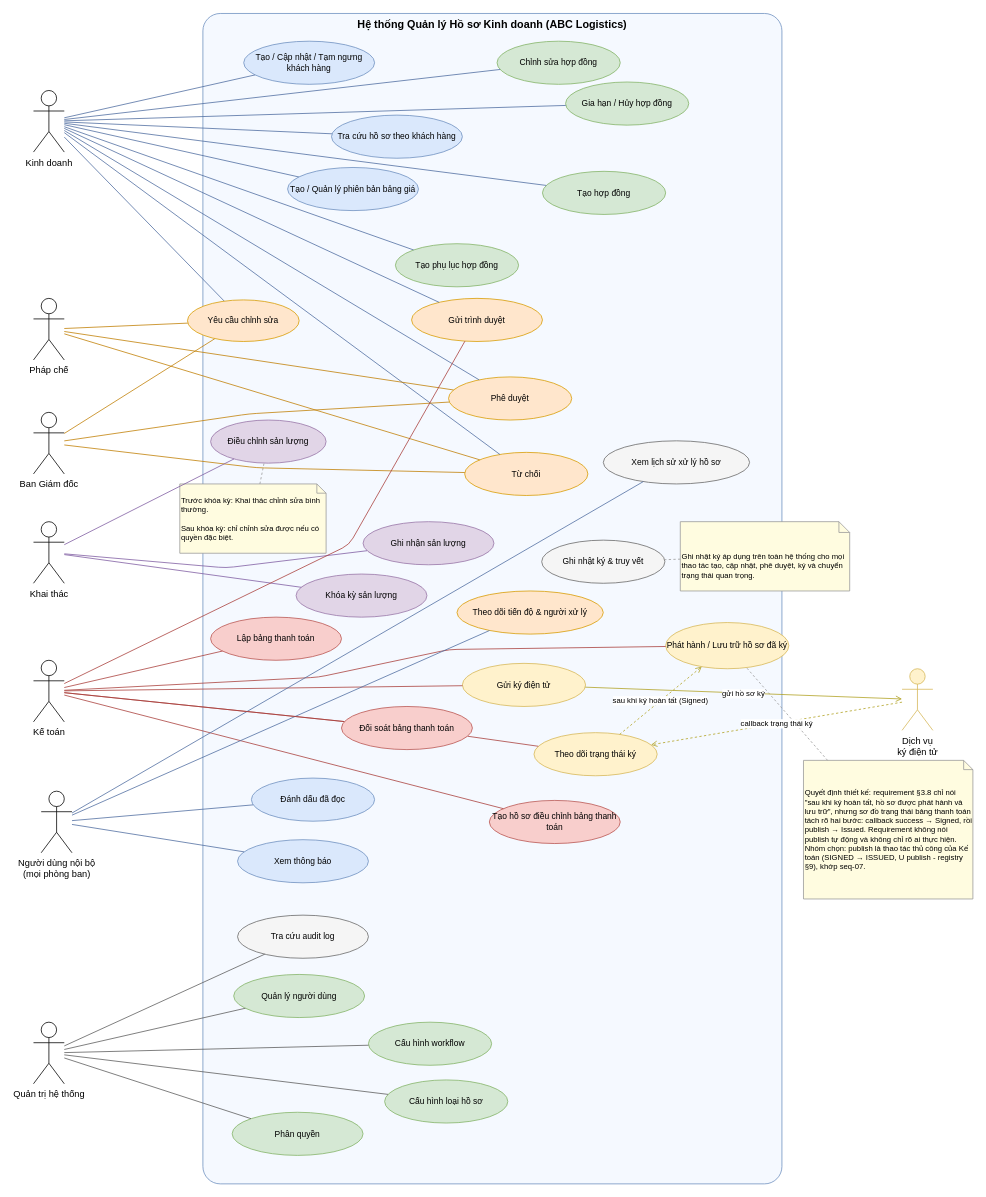
This is page "ver2" (1 of 2) of docs/diagrams/usecase.drawio from luinor223/pas, a draw.io file, before an edit. Source tidied: cells renumbered, new cells numbered last; positions are measured from the earlier drawing's top-left corner, leaving out a move shared by most shapes. Both pictures are drawn from the tidied source at 77%, with x=0, y=0 at pixel (33, 13).
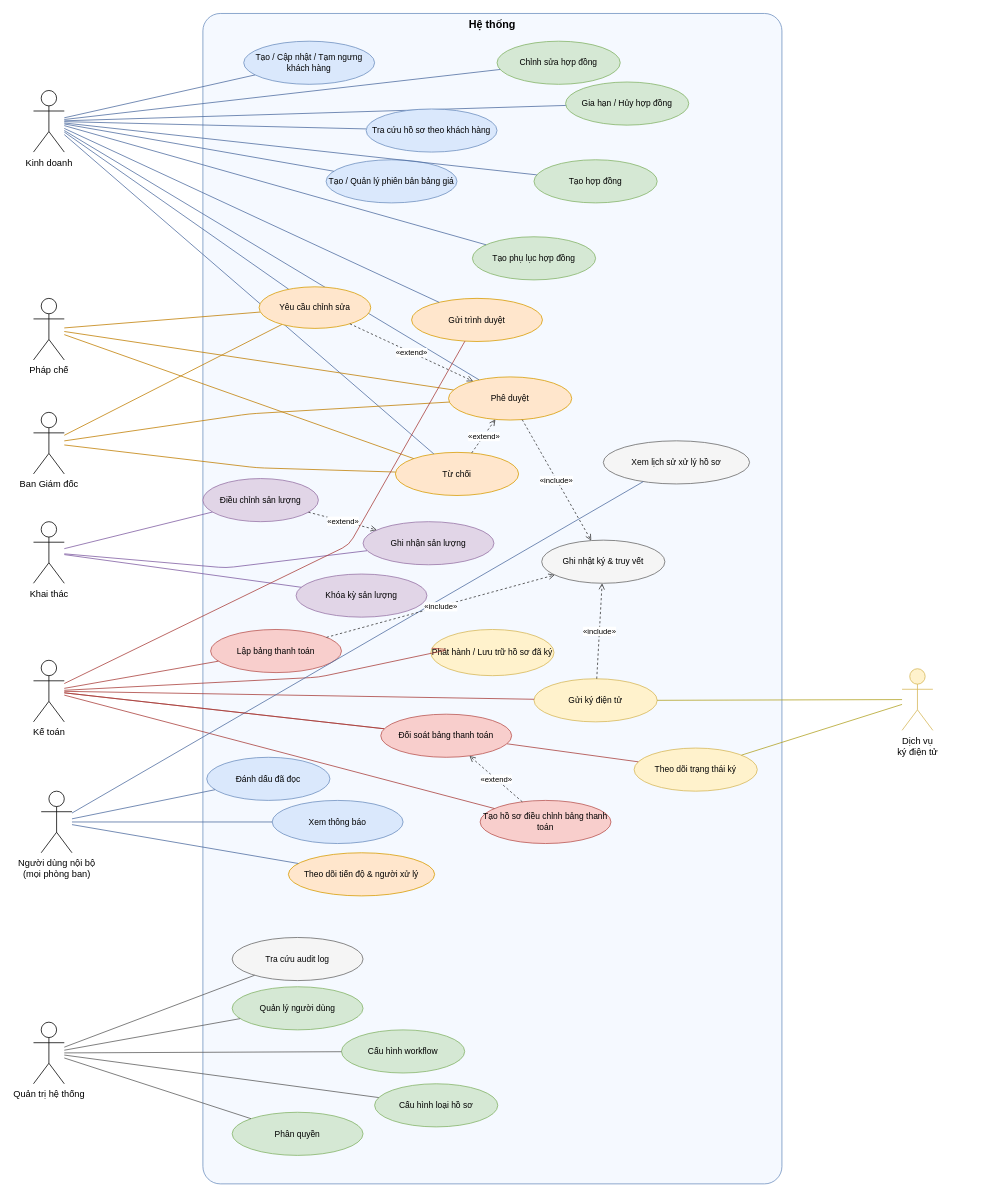
After the change.

The change refers to these unchanged cells:
```xml
<mxCell id="10" value="Dịch vụ&#10;ký điện tử" style="shape=umlActor;verticalLabelPosition=bottom;verticalAlign=top;html=1;outlineConnect=0;fontSize=12;fillColor=#fff2cc;strokeColor=#d6b656;" parent="1" vertex="1">
  <mxGeometry x="1128" y="851" width="40" height="80" as="geometry" />
</mxCell>
<mxCell id="18" value="Phê duyệt" style="ellipse;whiteSpace=wrap;html=1;fillColor=#ffe6cc;strokeColor=#d79b00;fontSize=11;" parent="1" vertex="1">
  <mxGeometry x="539" y="472" width="160" height="56" as="geometry" />
</mxCell>
<mxCell id="20" value="Ghi nhận sản lượng" style="ellipse;whiteSpace=wrap;html=1;fillColor=#e1d5e7;strokeColor=#9673a6;fontSize=11;" parent="1" vertex="1">
  <mxGeometry x="428" y="660" width="170" height="56" as="geometry" />
</mxCell>
<mxCell id="28" value="Ghi nhật ký &amp; truy vết" style="ellipse;whiteSpace=wrap;html=1;fillColor=#f5f5f5;strokeColor=#666666;fontSize=11;" parent="1" vertex="1">
  <mxGeometry x="660" y="684" width="160" height="56" as="geometry" />
</mxCell>
```

Diff of the diagram source:
```diff
@@
-    <mxCell id="2" value="Hệ thống Quản lý Hồ sơ Kinh doanh (ABC Logistics)" style="rounded=1;whiteSpace=wrap;html=1;verticalAlign=top;fontStyle=1;fontSize=14;arcSize=3;strokeColor=#6c8ebf;fillColor=#f5f9ff;" parent="1" vertex="1">
+    <mxCell id="2" value="Hệ thống" style="rounded=1;whiteSpace=wrap;html=1;verticalAlign=top;fontStyle=1;fontSize=14;arcSize=3;strokeColor=#6c8ebf;fillColor=#f5f9ff;" parent="1" vertex="1">
       <mxGeometry x="220" width="752" height="1520" as="geometry" />
     </mxCell>
@@
     <mxCell id="12" value="Tạo / Quản lý phiên bản bảng giá" style="ellipse;whiteSpace=wrap;html=1;fillColor=#dae8fc;strokeColor=#6c8ebf;fontSize=11;" parent="1" vertex="1">
-      <mxGeometry x="330" y="200" width="170" height="56" as="geometry" />
+      <mxGeometry x="380" y="190" width="170" height="56" as="geometry" />
     </mxCell>
     <mxCell id="13" value="Tạo hợp đồng" style="ellipse;whiteSpace=wrap;html=1;fillColor=#d5e8d4;strokeColor=#82b366;fontSize=11;" parent="1" vertex="1">
-      <mxGeometry x="661" y="205" width="160" height="56" as="geometry" />
+      <mxGeometry x="650" y="190" width="160" height="56" as="geometry" />
     </mxCell>
@@
     <mxCell id="16" value="Tạo phụ lục hợp đồng" style="ellipse;whiteSpace=wrap;html=1;fillColor=#d5e8d4;strokeColor=#82b366;fontSize=11;" parent="1" vertex="1">
-      <mxGeometry x="470" y="299" width="160" height="56" as="geometry" />
+      <mxGeometry x="570" y="290" width="160" height="56" as="geometry" />
     </mxCell>
@@
     <mxCell id="19" value="Từ chối" style="ellipse;whiteSpace=wrap;html=1;fillColor=#ffe6cc;strokeColor=#d79b00;fontSize=11;" parent="1" vertex="1">
-      <mxGeometry x="560" y="570" width="160" height="56" as="geometry" />
+      <mxGeometry x="470" y="570" width="160" height="56" as="geometry" />
     </mxCell>
@@
     <mxCell id="22" value="Lập bảng thanh toán" style="ellipse;whiteSpace=wrap;html=1;fillColor=#f8cecc;strokeColor=#b85450;fontSize=11;" parent="1" vertex="1">
-      <mxGeometry x="230" y="784" width="170" height="56" as="geometry" />
+      <mxGeometry x="230" y="800" width="170" height="56" as="geometry" />
     </mxCell>
     <mxCell id="23" value="Gửi ký điện tử" style="ellipse;whiteSpace=wrap;html=1;fillColor=#fff2cc;strokeColor=#d6b656;fontSize=11;" parent="1" vertex="1">
-      <mxGeometry x="557" y="844" width="160" height="56" as="geometry" />
+      <mxGeometry x="650" y="864" width="160" height="56" as="geometry" />
     </mxCell>
     <mxCell id="24" value="Theo dõi trạng thái ký" style="ellipse;whiteSpace=wrap;html=1;fillColor=#fff2cc;strokeColor=#d6b656;fontSize=11;" parent="1" vertex="1">
-      <mxGeometry x="650" y="934" width="160" height="56" as="geometry" />
+      <mxGeometry x="780" y="954" width="160" height="56" as="geometry" />
     </mxCell>
     <mxCell id="25" value="Xem thông báo" style="ellipse;whiteSpace=wrap;html=1;fillColor=#dae8fc;strokeColor=#6c8ebf;fontSize=11;" parent="1" vertex="1">
-      <mxGeometry x="265" y="1073" width="170" height="56" as="geometry" />
+      <mxGeometry x="310" y="1022" width="170" height="56" as="geometry" />
     </mxCell>
     <mxCell id="26" value="Đánh dấu đã đọc" style="ellipse;whiteSpace=wrap;html=1;fillColor=#dae8fc;strokeColor=#6c8ebf;fontSize=11;" parent="1" vertex="1">
-      <mxGeometry x="283" y="993" width="160" height="56" as="geometry" />
+      <mxGeometry x="225" y="966" width="160" height="56" as="geometry" />
     </mxCell>
     <mxCell id="27" value="Tra cứu audit log" style="ellipse;whiteSpace=wrap;html=1;fillColor=#f5f5f5;strokeColor=#666666;fontSize=11;" parent="1" vertex="1">
-      <mxGeometry x="265" y="1171" width="170" height="56" as="geometry" />
+      <mxGeometry x="258" y="1200" width="170" height="56" as="geometry" />
     </mxCell>
@@
     <mxCell id="29" value="Quản lý người dùng" style="ellipse;whiteSpace=wrap;html=1;fillColor=#d5e8d4;strokeColor=#82b366;fontSize=11;" parent="1" vertex="1">
-      <mxGeometry x="260" y="1248" width="170" height="56" as="geometry" />
+      <mxGeometry x="258" y="1264" width="170" height="56" as="geometry" />
     </mxCell>
@@
     <mxCell id="31" value="Cấu hình workflow" style="ellipse;whiteSpace=wrap;html=1;fillColor=#d5e8d4;strokeColor=#82b366;fontSize=11;" parent="1" vertex="1">
-      <mxGeometry x="435" y="1310" width="160" height="56" as="geometry" />
+      <mxGeometry x="400" y="1320" width="160" height="56" as="geometry" />
     </mxCell>
     <mxCell id="32" value="Cấu hình loại hồ sơ" style="ellipse;whiteSpace=wrap;html=1;fillColor=#d5e8d4;strokeColor=#82b366;fontSize=11;" parent="1" vertex="1">
-      <mxGeometry x="456" y="1385" width="160" height="56" as="geometry" />
+      <mxGeometry x="443" y="1390" width="160" height="56" as="geometry" />
     </mxCell>
     <mxCell id="33" value="Điều chỉnh sản lượng" style="ellipse;whiteSpace=wrap;html=1;fillColor=#e1d5e7;strokeColor=#9673a6;fontSize=11;" parent="1" vertex="1">
-      <mxGeometry x="230" y="528" width="150" height="56" as="geometry" />
+      <mxGeometry x="220" y="604" width="150" height="56" as="geometry" />
     </mxCell>
-    <mxCell id="34" value="Trước khóa kỳ: Khai thác chỉnh sửa bình thường.&#10;&#10;Sau khóa kỳ: chỉ chỉnh sửa được nếu có quyền đặc biệt." style="shape=note;whiteSpace=wrap;html=1;size=12;fontSize=10;align=left;verticalAlign=middle;fillColor=#fffce0;strokeColor=#999999;" parent="1" vertex="1">
-      <mxGeometry x="190" y="611" width="190" height="90" as="geometry" />
-    </mxCell>
-    <mxCell id="35" style="endArrow=none;html=1;dashed=1;strokeColor=#999999;" parent="1" edge="1" source="34" target="33">
-      <mxGeometry relative="1" as="geometry" />
-    </mxCell>
     <mxCell id="36" value="Theo dõi tiến độ &amp; người xử lý" style="ellipse;whiteSpace=wrap;html=1;fillColor=#ffe6cc;strokeColor=#d79b00;fontSize=11;" parent="1" vertex="1">
-      <mxGeometry x="550" y="750" width="190" height="56" as="geometry" />
+      <mxGeometry x="331" y="1090" width="190" height="56" as="geometry" />
     </mxCell>
@@
     <mxCell id="38" value="Phát hành / Lưu trữ hồ sơ đã ký" style="ellipse;whiteSpace=wrap;html=1;fillColor=#fff2cc;strokeColor=#d6b656;fontSize=11;" parent="1" vertex="1">
-      <mxGeometry x="821" y="791" width="160" height="60" as="geometry" />
+      <mxGeometry x="516" y="800" width="160" height="60" as="geometry" />
     </mxCell>
     <mxCell id="39" value="Tạo hồ sơ điều chỉnh bảng thanh toán" style="ellipse;whiteSpace=wrap;html=1;fillColor=#f8cecc;strokeColor=#b85450;fontSize=11;" parent="1" vertex="1">
-      <mxGeometry x="592" y="1022" width="170" height="56" as="geometry" />
+      <mxGeometry x="580" y="1022" width="170" height="56" as="geometry" />
     </mxCell>
@@
-    <mxCell id="66" value="sau khi ký hoàn tất (Signed)" style="endArrow=open;html=1;dashed=1;strokeColor=#b0a020;fontSize=10;" parent="1" edge="1" source="24" target="38">
-      <mxGeometry relative="1" as="geometry" />
-    </mxCell>
@@
-    <mxCell id="68" value="Quyết định thiết kế: requirement §3.8 chỉ nói &quot;sau khi ký hoàn tất, hồ sơ được phát hành và lưu trữ&quot;, nhưng sơ đồ trạng thái bảng thanh toán tách rõ hai bước: callback success → Signed, rồi publish → Issued. Requirement không nói publish tự động và không chỉ rõ ai thực hiện. Nhóm chọn: publish là thao tác thủ công của Kế toán (SIGNED → ISSUED, U publish - registry §9), khớp seq-07." style="shape=note;whiteSpace=wrap;html=1;size=12;fontSize=10;align=left;verticalAlign=middle;fillColor=#fffce0;strokeColor=#999999;" parent="1" vertex="1">
-      <mxGeometry x="1000" y="970" width="220" height="180" as="geometry" />
-    </mxCell>
-    <mxCell id="69" style="endArrow=none;html=1;dashed=1;strokeColor=#999999;" parent="1" edge="1" source="68" target="38">
-      <mxGeometry relative="1" as="geometry" />
-    </mxCell>
@@
-    <mxCell id="79" value="gửi hồ sơ ký" style="endArrow=open;html=1;strokeColor=#b0a020;fontSize=10;" parent="1" edge="1" source="23" target="10">
+    <mxCell id="79" style="endArrow=none;html=1;strokeColor=#b0a020;" parent="1" edge="1" source="23" target="10">
       <mxGeometry relative="1" as="geometry" />
     </mxCell>
-    <mxCell id="80" value="callback trạng thái ký" style="endArrow=open;html=1;strokeColor=#b0a020;fontSize=10;dashed=1;" parent="1" edge="1" source="10" target="24">
+    <mxCell id="80" style="endArrow=none;html=1;strokeColor=#b0a020;" parent="1" edge="1" source="10" target="24">
       <mxGeometry relative="1" as="geometry" />
     </mxCell>
-    <mxCell id="81" value="&lt;br&gt;&lt;br&gt;Ghi nhật ký áp dụng trên toàn hệ thống cho mọi thao tác tạo, cập nhật, phê duyệt, ký và chuyển trạng thái quan trọng." style="shape=note;whiteSpace=wrap;html=1;size=14;fontSize=10;align=left;verticalAlign=middle;fillColor=#fffce0;strokeColor=#999999;" parent="1" vertex="1">
-      <mxGeometry x="840" y="660" width="220" height="90" as="geometry" />
-    </mxCell>
-    <mxCell id="82" style="endArrow=none;html=1;dashed=1;strokeColor=#999999;" parent="1" edge="1" source="81" target="28">
-      <mxGeometry relative="1" as="geometry" />
-    </mxCell>
     <mxCell id="83" value="Tra cứu hồ sơ theo khách hàng" style="ellipse;whiteSpace=wrap;html=1;fillColor=#dae8fc;strokeColor=#6c8ebf;fontSize=11;" parent="1" vertex="1">
-      <mxGeometry x="387" y="132" width="170" height="56" as="geometry" />
+      <mxGeometry x="432" y="124" width="170" height="56" as="geometry" />
     </mxCell>
     <mxCell id="84" value="Yêu cầu chỉnh sửa" style="ellipse;whiteSpace=wrap;html=1;fillColor=#ffe6cc;strokeColor=#d79b00;fontSize=11;" parent="1" vertex="1">
-      <mxGeometry x="200" y="372" width="145" height="54" as="geometry" />
+      <mxGeometry x="293" y="355" width="145" height="54" as="geometry" />
     </mxCell>
@@
     <mxCell id="86" value="Đối soát bảng thanh toán" style="ellipse;whiteSpace=wrap;html=1;fillColor=#f8cecc;strokeColor=#b85450;fontSize=11;" parent="1" vertex="1">
-      <mxGeometry x="400" y="900" width="170" height="56" as="geometry" />
+      <mxGeometry x="451" y="910" width="170" height="56" as="geometry" />
     </mxCell>
+    <mxCell id="87" value="«extend»" style="endArrow=open;html=1;dashed=1;strokeColor=#333333;fontSize=10;" parent="1" edge="1" source="19" target="18">
+      <mxGeometry relative="1" as="geometry" />
+    </mxCell>
+    <mxCell id="88" value="«extend»" style="endArrow=open;html=1;dashed=1;strokeColor=#333333;fontSize=10;" parent="1" edge="1" source="84" target="18">
+      <mxGeometry relative="1" as="geometry" />
+    </mxCell>
+    <mxCell id="89" value="«extend»" style="endArrow=open;html=1;dashed=1;strokeColor=#333333;fontSize=10;" parent="1" edge="1" source="33" target="20">
+      <mxGeometry relative="1" as="geometry" />
+    </mxCell>
+    <mxCell id="90" value="«extend»" style="endArrow=open;html=1;dashed=1;strokeColor=#333333;fontSize=10;" parent="1" edge="1" source="39" target="86">
+      <mxGeometry relative="1" as="geometry" />
+    </mxCell>
+    <mxCell id="91" value="«include»" style="endArrow=open;html=1;dashed=1;strokeColor=#333333;fontSize=10;" parent="1" edge="1" source="18" target="28">
+      <mxGeometry relative="1" as="geometry" />
+    </mxCell>
+    <mxCell id="92" value="«include»" style="endArrow=open;html=1;dashed=1;strokeColor=#333333;fontSize=10;" parent="1" edge="1" source="22" target="28">
+      <mxGeometry relative="1" as="geometry" />
+    </mxCell>
+    <mxCell id="93" value="«include»" style="endArrow=open;html=1;dashed=1;strokeColor=#333333;fontSize=10;" parent="1" edge="1" source="23" target="28">
+      <mxGeometry relative="1" as="geometry" />
+    </mxCell>
```
